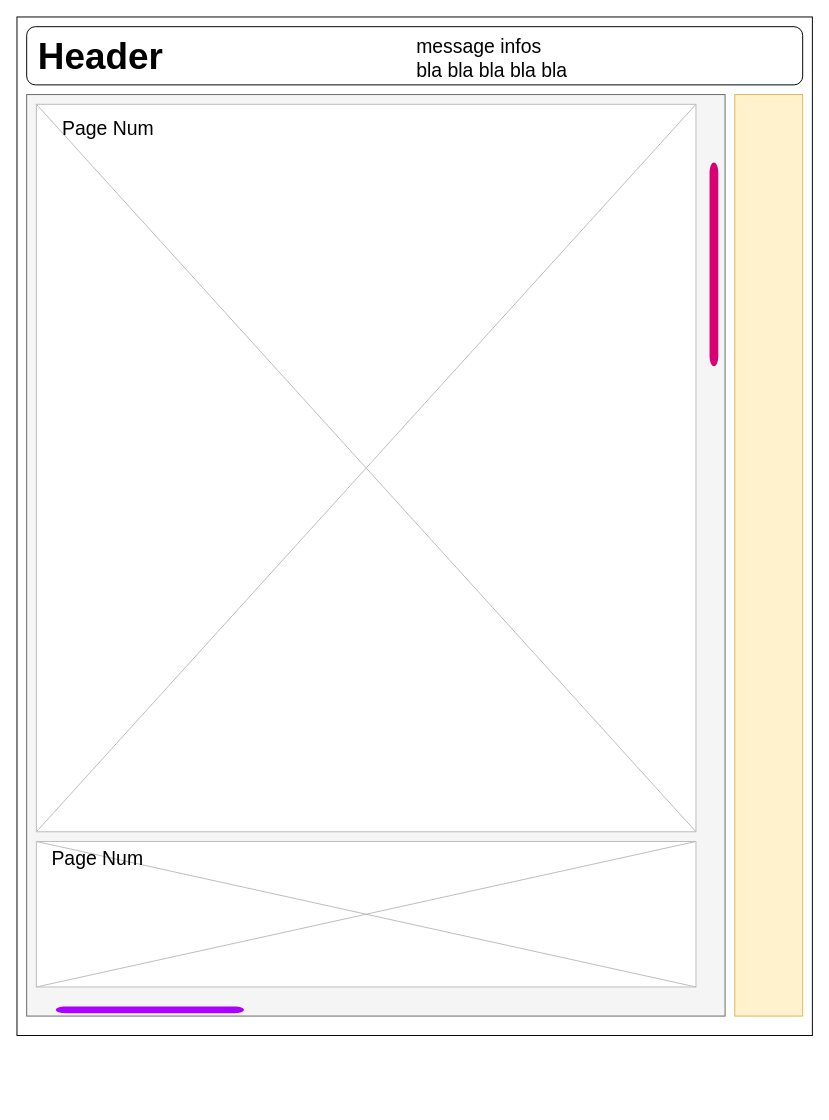
This is page "pdf preview prototype" (3 of 4) of UML Design/main.drawio from ahmadtechnik/signatureSystem, a draw.io file, before an edit. Source tidied: cells renumbered, new cells numbered last; positions are measured from the earlier drawing's top-left corner, leaving out a move shared by most shapes. Both pictures are drawn from the tidied source at 97%, with x=0, y=0 at pixel (16, 16).
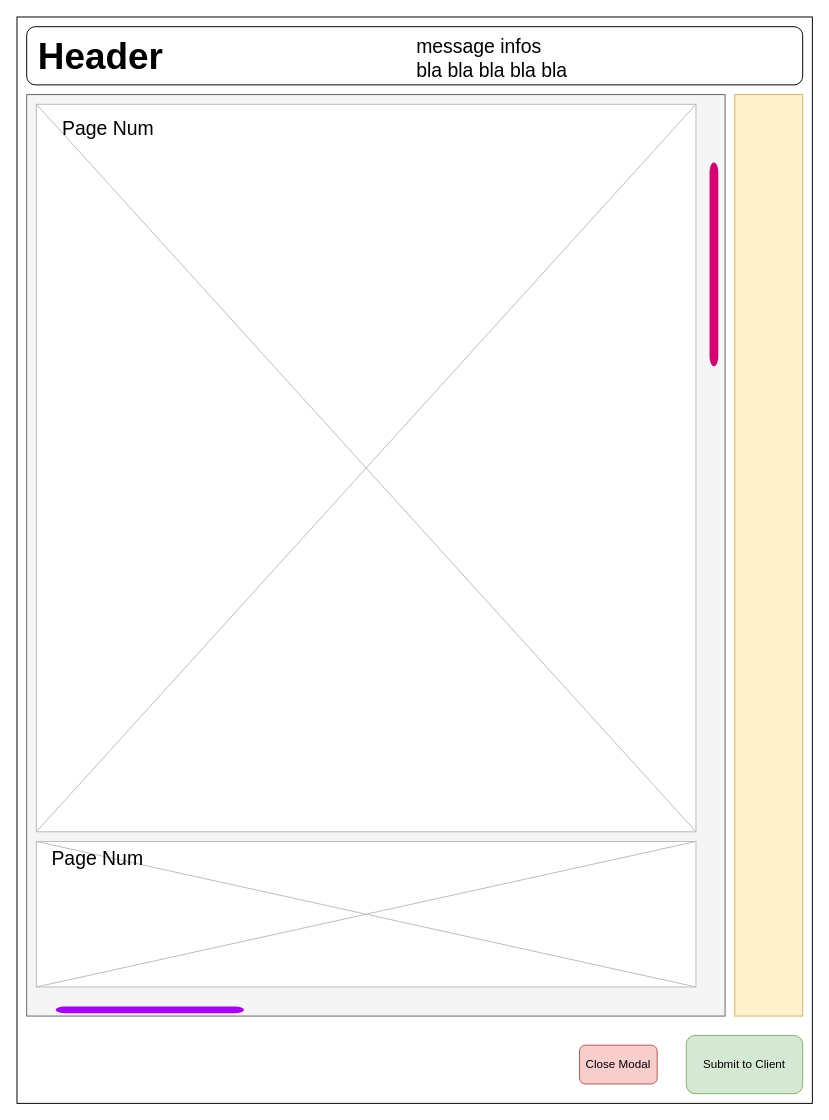
Above is the later version.

The edit, as a diff of the source:
```diff
@@
 <mxGraphModel>
   <root>
     <mxCell id="0" />
     <mxCell id="1" parent="0" />
     <mxCell id="2" style="rounded=0;whiteSpace=wrap;html=1;" parent="1" vertex="1">
-      <mxGeometry width="820" height="1050" as="geometry" />
+      <mxGeometry width="820" height="1120" as="geometry" />
     </mxCell>
     <mxCell id="3" style="rounded=1;whiteSpace=wrap;html=1;" parent="1" vertex="1">
       <mxGeometry x="10" y="10" width="800" height="60" as="geometry" />
     </mxCell>
     <mxCell id="4" value="Header" style="text;html=1;align=left;verticalAlign=top;spacingTop=-4;fontStyle=1;fontSize=38;" parent="1" vertex="1">
       <mxGeometry x="20" y="16" width="50" height="20" as="geometry" />
     </mxCell>
     <mxCell id="5" style="rounded=0;whiteSpace=wrap;html=1;fontSize=38;fillColor=#f5f5f5;strokeColor=#666666;fontColor=#333333;" parent="1" vertex="1">
       <mxGeometry x="10" y="80" width="720" height="950" as="geometry" />
     </mxCell>
     <mxCell id="6" style="rounded=0;whiteSpace=wrap;html=1;fontSize=38;fillColor=#fff2cc;strokeColor=#d6b656;" parent="1" vertex="1">
       <mxGeometry x="740" y="80" width="70" height="950" as="geometry" />
     </mxCell>
     <mxCell id="7" style="dashed=0;shape=mxgraph.gmdl.image;strokeColor=#bbbbbb;fillColor=#ffffff;" parent="1" vertex="1">
       <mxGeometry x="20" y="90" width="680" height="750" as="geometry" />
     </mxCell>
     <mxCell id="8" style="dashed=0;shape=mxgraph.gmdl.image;strokeColor=#bbbbbb;fillColor=#ffffff;" parent="1" vertex="1">
       <mxGeometry x="20" y="850" width="680" height="150" as="geometry" />
     </mxCell>
     <mxCell id="9" value="Page Num" style="text;html=1;align=left;verticalAlign=top;spacingTop=-4;fontSize=20;" parent="1" vertex="1">
       <mxGeometry x="45" y="100" width="200" height="50" as="geometry" />
     </mxCell>
     <mxCell id="10" value="Page Num" style="text;html=1;align=left;verticalAlign=top;spacingTop=-4;fontSize=20;" parent="1" vertex="1">
       <mxGeometry x="34" y="853" width="200" height="50" as="geometry" />
     </mxCell>
     <mxCell id="11" style="html=1;verticalLabelPosition=bottom;labelBackgroundColor=#ffffff;verticalAlign=top;shadow=0;dashed=0;strokeWidth=2;shape=mxgraph.ios7.misc.scroll_(vertical);fillColor=#d80073;fontSize=20;strokeColor=#A50040;fontColor=#ffffff;" parent="1" vertex="1">
       <mxGeometry x="714" y="150" width="9" height="210" as="geometry" />
     </mxCell>
     <mxCell id="12" style="html=1;verticalLabelPosition=bottom;labelBackgroundColor=#ffffff;verticalAlign=top;shadow=0;dashed=0;strokeWidth=2;shape=mxgraph.ios7.misc.scroll_(horizontal);fillColor=#aa00ff;fontSize=20;strokeColor=#7700CC;fontColor=#ffffff;" parent="1" vertex="1">
       <mxGeometry x="40" y="1020" width="194" height="7" as="geometry" />
     </mxCell>
     <mxCell id="13" value="message infos&lt;br&gt;bla bla bla bla bla&lt;br&gt;" style="text;html=1;align=left;verticalAlign=top;spacingTop=-4;fontSize=20;" parent="1" vertex="1">
       <mxGeometry x="410" y="16" width="170" height="50" as="geometry" />
     </mxCell>
+    <mxCell id="14" value="Submit to Client" style="rounded=1;whiteSpace=wrap;html=1;fillColor=#d5e8d4;strokeColor=#82b366;" parent="1" vertex="1">
+      <mxGeometry x="690" y="1050" width="120" height="60" as="geometry" />
+    </mxCell>
+    <mxCell id="15" value="Close Modal" style="rounded=1;whiteSpace=wrap;html=1;fillColor=#f8cecc;strokeColor=#b85450;" parent="1" vertex="1">
+      <mxGeometry x="580" y="1060" width="80" height="40" as="geometry" />
+    </mxCell>
   </root>
 </mxGraphModel>
```
